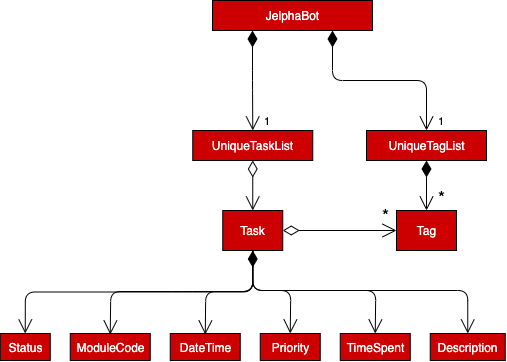
AY1920S2-CS2103-F09-2/main keeps this draw.io diagram as images/ModelMoreOOP.png. Above is the earlier version. Source tidied: cells renumbered, new cells last; positions are measured from the earlier drawing's top-left corner, leaving out a move shared by most shapes. Its diagram source:
```xml
<mxGraphModel background="#ffffff">
  <root>
    <mxCell id="0" />
    <mxCell id="1" parent="0" />
    <mxCell id="2" value="&lt;font color=&quot;#ffffff&quot;&gt;JelphaBot&lt;/font&gt;" style="html=1;fillColor=#CC0000;" parent="1" vertex="1">
      <mxGeometry x="212" width="160" height="30" as="geometry" />
    </mxCell>
    <mxCell id="3" value="&lt;font color=&quot;#ffffff&quot;&gt;UniqueTagList&lt;/font&gt;" style="html=1;fillColor=#CC0000;" parent="1" vertex="1">
      <mxGeometry x="366" y="130" width="120" height="30" as="geometry" />
    </mxCell>
    <mxCell id="4" value="&lt;font color=&quot;#ffffff&quot;&gt;Tag&lt;/font&gt;" style="html=1;fillColor=#CC0000;" parent="1" vertex="1">
      <mxGeometry x="396" y="210" width="60" height="40" as="geometry" />
    </mxCell>
    <mxCell id="5" value="&lt;font color=&quot;#ffffff&quot;&gt;UniqueTaskList&lt;/font&gt;" style="html=1;fillColor=#CC0000;" parent="1" vertex="1">
      <mxGeometry x="192.2" y="130" width="120" height="30" as="geometry" />
    </mxCell>
    <mxCell id="6" value="&lt;font color=&quot;#ffffff&quot;&gt;Task&lt;/font&gt;" style="html=1;fillColor=#CC0000;" parent="1" vertex="1">
      <mxGeometry x="222.2" y="210" width="60" height="40" as="geometry" />
    </mxCell>
    <mxCell id="7" value="&lt;font color=&quot;#ffffff&quot;&gt;ModuleCode&lt;/font&gt;" style="html=1;fillColor=#CC0000;" parent="1" vertex="1">
      <mxGeometry x="69.8" y="333" width="80" height="27" as="geometry" />
    </mxCell>
    <mxCell id="8" value="&lt;font color=&quot;#ffffff&quot;&gt;DateTime&lt;/font&gt;" style="html=1;fillColor=#CC0000;" parent="1" vertex="1">
      <mxGeometry x="169.8" y="333" width="70" height="27" as="geometry" />
    </mxCell>
    <mxCell id="9" value="&lt;font color=&quot;#ffffff&quot;&gt;Status&lt;/font&gt;" style="html=1;fillColor=#CC0000;" parent="1" vertex="1">
      <mxGeometry x="-0.2" y="333" width="50" height="27" as="geometry" />
    </mxCell>
    <mxCell id="10" value="&lt;font color=&quot;#ffffff&quot;&gt;Description&lt;/font&gt;" style="html=1;fillColor=#CC0000;" parent="1" vertex="1">
      <mxGeometry x="429.8" y="333" width="75" height="27" as="geometry" />
    </mxCell>
    <mxCell id="11" value="&lt;font color=&quot;#ffffff&quot;&gt;Priority&lt;/font&gt;" style="html=1;fillColor=#CC0000;" parent="1" vertex="1">
      <mxGeometry x="259.8" y="333" width="60" height="27" as="geometry" />
    </mxCell>
    <mxCell id="12" value="&lt;font color=&quot;#ffffff&quot;&gt;TimeSpent&lt;/font&gt;" style="html=1;fillColor=#CC0000;" parent="1" vertex="1">
      <mxGeometry x="339.8" y="333" width="70" height="27" as="geometry" />
    </mxCell>
    <mxCell id="13" value="1" style="endArrow=open;html=1;endSize=12;startArrow=diamondThin;startSize=14;startFill=1;edgeStyle=orthogonalEdgeStyle;align=left;verticalAlign=bottom;entryX=0.5;entryY=0;entryDx=0;entryDy=0;exitX=0.25;exitY=1;exitDx=0;exitDy=0;" parent="1" edge="1" source="2" target="5">
      <mxGeometry x="1" y="10" relative="1" as="geometry" />
    </mxCell>
    <mxCell id="14" value="1" style="endArrow=open;html=1;endSize=12;startArrow=diamondThin;startSize=14;startFill=1;edgeStyle=orthogonalEdgeStyle;align=left;verticalAlign=bottom;exitX=0.75;exitY=1;exitDx=0;exitDy=0;entryX=0.5;entryY=0;entryDx=0;entryDy=0;" parent="1" edge="1" source="2" target="3">
      <mxGeometry x="1" y="10" relative="1" as="geometry" />
    </mxCell>
    <mxCell id="15" style="endArrow=open;html=1;endSize=12;startArrow=diamondThin;startSize=14;startFill=0;edgeStyle=orthogonalEdgeStyle;align=left;verticalAlign=bottom;exitX=0.5;exitY=1;exitDx=0;exitDy=0;entryX=0.5;entryY=0;entryDx=0;entryDy=0;" parent="1" edge="1" source="5" target="6">
      <mxGeometry x="-1" y="3" relative="1" as="geometry" />
    </mxCell>
    <mxCell id="16" value="&lt;font style=&quot;font-size: 18px&quot;&gt;*&lt;/font&gt;" style="endArrow=open;html=1;endSize=12;startArrow=diamondThin;startSize=14;startFill=1;edgeStyle=orthogonalEdgeStyle;align=left;verticalAlign=bottom;exitX=0.5;exitY=1;exitDx=0;exitDy=0;" parent="1" edge="1" source="3">
      <mxGeometry x="1" y="10" relative="1" as="geometry">
        <mxPoint x="426" y="210" as="targetPoint" />
      </mxGeometry>
    </mxCell>
    <mxCell id="17" style="endArrow=open;html=1;endSize=12;startArrow=diamondThin;startSize=14;startFill=0;edgeStyle=orthogonalEdgeStyle;align=left;verticalAlign=bottom;exitX=1;exitY=0.5;exitDx=0;exitDy=0;entryX=0;entryY=0.5;entryDx=0;entryDy=0;" parent="1" edge="1" source="6" target="4">
      <mxGeometry x="0.75" y="30" relative="1" as="geometry" />
    </mxCell>
    <mxCell id="18" style="endArrow=open;html=1;endSize=12;startArrow=diamondThin;startSize=14;startFill=1;edgeStyle=orthogonalEdgeStyle;align=left;verticalAlign=bottom;exitX=0.5;exitY=1;exitDx=0;exitDy=0;entryX=0.5;entryY=0;entryDx=0;entryDy=0;" parent="1" edge="1" source="6" target="9">
      <mxGeometry x="-1" y="3" relative="1" as="geometry" />
    </mxCell>
    <mxCell id="19" style="endArrow=open;endFill=1;endSize=12;html=1;entryX=0.5;entryY=0;entryDx=0;entryDy=0;" parent="1" edge="1" target="11">
      <mxGeometry relative="1" as="geometry">
        <mxPoint x="262.2" y="290" as="sourcePoint" />
        <Array as="points">
          <mxPoint x="290.2" y="290" />
        </Array>
      </mxGeometry>
    </mxCell>
    <mxCell id="20" style="endArrow=open;endFill=1;endSize=12;html=1;exitX=0.5;exitY=1;exitDx=0;exitDy=0;entryX=0.5;entryY=0;entryDx=0;entryDy=0;" parent="1" edge="1">
      <mxGeometry relative="1" as="geometry">
        <mxPoint x="252.2" y="251" as="sourcePoint" />
        <mxPoint x="204.8" y="334" as="targetPoint" />
        <Array as="points">
          <mxPoint x="252.2" y="291" />
          <mxPoint x="205.2" y="291" />
        </Array>
      </mxGeometry>
    </mxCell>
    <mxCell id="21" style="endArrow=open;endFill=1;endSize=12;html=1;exitX=0.5;exitY=1;exitDx=0;exitDy=0;entryX=0.5;entryY=0;entryDx=0;entryDy=0;" parent="1" edge="1" source="6" target="12">
      <mxGeometry relative="1" as="geometry">
        <Array as="points">
          <mxPoint x="252.2" y="290" />
          <mxPoint x="375.2" y="290" />
        </Array>
      </mxGeometry>
    </mxCell>
    <mxCell id="22" style="endArrow=open;endFill=1;endSize=12;html=1;exitX=0.5;exitY=1;exitDx=0;exitDy=0;entryX=0.5;entryY=0;entryDx=0;entryDy=0;" parent="1" edge="1" source="6" target="10">
      <mxGeometry relative="1" as="geometry">
        <Array as="points">
          <mxPoint x="252.2" y="290" />
          <mxPoint x="467.2" y="290" />
        </Array>
      </mxGeometry>
    </mxCell>
    <mxCell id="23" style="endArrow=open;endFill=1;endSize=12;html=1;exitX=0.5;exitY=1;exitDx=0;exitDy=0;entryX=0.5;entryY=0;entryDx=0;entryDy=0;" parent="1" edge="1">
      <mxGeometry relative="1" as="geometry">
        <mxPoint x="252.2" y="251" as="sourcePoint" />
        <mxPoint x="109.8" y="334" as="targetPoint" />
        <Array as="points">
          <mxPoint x="252.2" y="291" />
          <mxPoint x="182.2" y="291" />
          <mxPoint x="110.2" y="291" />
        </Array>
      </mxGeometry>
    </mxCell>
    <mxCell id="24" value="&lt;font style=&quot;font-size: 18px&quot;&gt;*&lt;/font&gt;" style="text;html=1;strokeColor=none;fillColor=none;align=center;verticalAlign=middle;whiteSpace=wrap;rounded=0;" parent="1" vertex="1">
      <mxGeometry x="382" y="210" width="7" height="10" as="geometry" />
    </mxCell>
  </root>
</mxGraphModel>
```
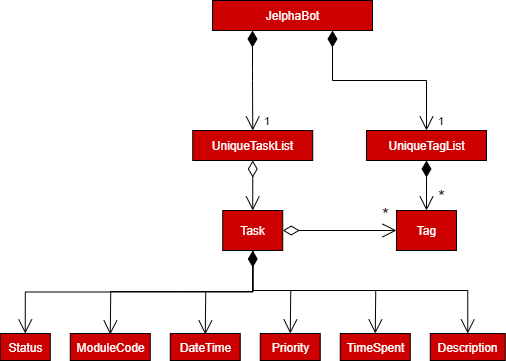
Later version of the same file.

What changed in the source:
```diff
@@ -38,7 +38,7 @@
     <mxCell id="13" value="1" style="endArrow=open;html=1;endSize=12;startArrow=diamondThin;startSize=14;startFill=1;edgeStyle=orthogonalEdgeStyle;align=left;verticalAlign=bottom;entryX=0.5;entryY=0;entryDx=0;entryDy=0;exitX=0.25;exitY=1;exitDx=0;exitDy=0;" parent="1" edge="1" source="2" target="5">
       <mxGeometry x="1" y="10" relative="1" as="geometry" />
     </mxCell>
-    <mxCell id="14" value="1" style="endArrow=open;html=1;endSize=12;startArrow=diamondThin;startSize=14;startFill=1;edgeStyle=orthogonalEdgeStyle;align=left;verticalAlign=bottom;exitX=0.75;exitY=1;exitDx=0;exitDy=0;entryX=0.5;entryY=0;entryDx=0;entryDy=0;" parent="1" edge="1" source="2" target="3">
+    <mxCell id="14" value="1" style="endArrow=open;html=1;endSize=12;startArrow=diamondThin;startSize=14;startFill=1;edgeStyle=orthogonalEdgeStyle;align=left;verticalAlign=bottom;exitX=0.75;exitY=1;exitDx=0;exitDy=0;entryX=0.5;entryY=0;entryDx=0;entryDy=0;rounded=0;" parent="1" edge="1" source="2" target="3">
       <mxGeometry x="1" y="10" relative="1" as="geometry" />
     </mxCell>
     <mxCell id="15" style="endArrow=open;html=1;endSize=12;startArrow=diamondThin;startSize=14;startFill=0;edgeStyle=orthogonalEdgeStyle;align=left;verticalAlign=bottom;exitX=0.5;exitY=1;exitDx=0;exitDy=0;entryX=0.5;entryY=0;entryDx=0;entryDy=0;" parent="1" edge="1" source="5" target="6">
@@ -52,10 +52,10 @@
     <mxCell id="17" style="endArrow=open;html=1;endSize=12;startArrow=diamondThin;startSize=14;startFill=0;edgeStyle=orthogonalEdgeStyle;align=left;verticalAlign=bottom;exitX=1;exitY=0.5;exitDx=0;exitDy=0;entryX=0;entryY=0.5;entryDx=0;entryDy=0;" parent="1" edge="1" source="6" target="4">
       <mxGeometry x="0.75" y="30" relative="1" as="geometry" />
     </mxCell>
-    <mxCell id="18" style="endArrow=open;html=1;endSize=12;startArrow=diamondThin;startSize=14;startFill=1;edgeStyle=orthogonalEdgeStyle;align=left;verticalAlign=bottom;exitX=0.5;exitY=1;exitDx=0;exitDy=0;entryX=0.5;entryY=0;entryDx=0;entryDy=0;" parent="1" edge="1" source="6" target="9">
+    <mxCell id="18" style="endArrow=open;html=1;endSize=12;startArrow=diamondThin;startSize=14;startFill=1;edgeStyle=orthogonalEdgeStyle;align=left;verticalAlign=bottom;exitX=0.5;exitY=1;exitDx=0;exitDy=0;entryX=0.5;entryY=0;entryDx=0;entryDy=0;rounded=0;" parent="1" edge="1" source="6" target="9">
       <mxGeometry x="-1" y="3" relative="1" as="geometry" />
     </mxCell>
-    <mxCell id="19" style="endArrow=open;endFill=1;endSize=12;html=1;entryX=0.5;entryY=0;entryDx=0;entryDy=0;" parent="1" edge="1" target="11">
+    <mxCell id="19" style="endArrow=open;endFill=1;endSize=12;html=1;entryX=0.5;entryY=0;entryDx=0;entryDy=0;rounded=0;" parent="1" edge="1" target="11">
       <mxGeometry relative="1" as="geometry">
         <mxPoint x="262.2" y="290" as="sourcePoint" />
         <Array as="points">
@@ -63,7 +63,7 @@
         </Array>
       </mxGeometry>
     </mxCell>
-    <mxCell id="20" style="endArrow=open;endFill=1;endSize=12;html=1;exitX=0.5;exitY=1;exitDx=0;exitDy=0;entryX=0.5;entryY=0;entryDx=0;entryDy=0;" parent="1" edge="1">
+    <mxCell id="20" style="endArrow=open;endFill=1;endSize=12;html=1;exitX=0.5;exitY=1;exitDx=0;exitDy=0;entryX=0.5;entryY=0;entryDx=0;entryDy=0;rounded=0;" parent="1" edge="1">
       <mxGeometry relative="1" as="geometry">
         <mxPoint x="252.2" y="251" as="sourcePoint" />
         <mxPoint x="204.8" y="334" as="targetPoint" />
@@ -73,7 +73,7 @@
         </Array>
       </mxGeometry>
     </mxCell>
-    <mxCell id="21" style="endArrow=open;endFill=1;endSize=12;html=1;exitX=0.5;exitY=1;exitDx=0;exitDy=0;entryX=0.5;entryY=0;entryDx=0;entryDy=0;" parent="1" edge="1" source="6" target="12">
+    <mxCell id="21" style="endArrow=open;endFill=1;endSize=12;html=1;exitX=0.5;exitY=1;exitDx=0;exitDy=0;entryX=0.5;entryY=0;entryDx=0;entryDy=0;rounded=0;" parent="1" edge="1" source="6" target="12">
       <mxGeometry relative="1" as="geometry">
         <Array as="points">
           <mxPoint x="252.2" y="290" />
@@ -81,7 +81,7 @@
         </Array>
       </mxGeometry>
     </mxCell>
-    <mxCell id="22" style="endArrow=open;endFill=1;endSize=12;html=1;exitX=0.5;exitY=1;exitDx=0;exitDy=0;entryX=0.5;entryY=0;entryDx=0;entryDy=0;" parent="1" edge="1" source="6" target="10">
+    <mxCell id="22" style="endArrow=open;endFill=1;endSize=12;html=1;exitX=0.5;exitY=1;exitDx=0;exitDy=0;entryX=0.5;entryY=0;entryDx=0;entryDy=0;rounded=0;" parent="1" edge="1" source="6" target="10">
       <mxGeometry relative="1" as="geometry">
         <Array as="points">
           <mxPoint x="252.2" y="290" />
@@ -89,7 +89,7 @@
         </Array>
       </mxGeometry>
     </mxCell>
-    <mxCell id="23" style="endArrow=open;endFill=1;endSize=12;html=1;exitX=0.5;exitY=1;exitDx=0;exitDy=0;entryX=0.5;entryY=0;entryDx=0;entryDy=0;" parent="1" edge="1">
+    <mxCell id="23" style="endArrow=open;endFill=1;endSize=12;html=1;exitX=0.5;exitY=1;exitDx=0;exitDy=0;entryX=0.5;entryY=0;entryDx=0;entryDy=0;rounded=0;" parent="1" edge="1">
       <mxGeometry relative="1" as="geometry">
         <mxPoint x="252.2" y="251" as="sourcePoint" />
         <mxPoint x="109.8" y="334" as="targetPoint" />
```
